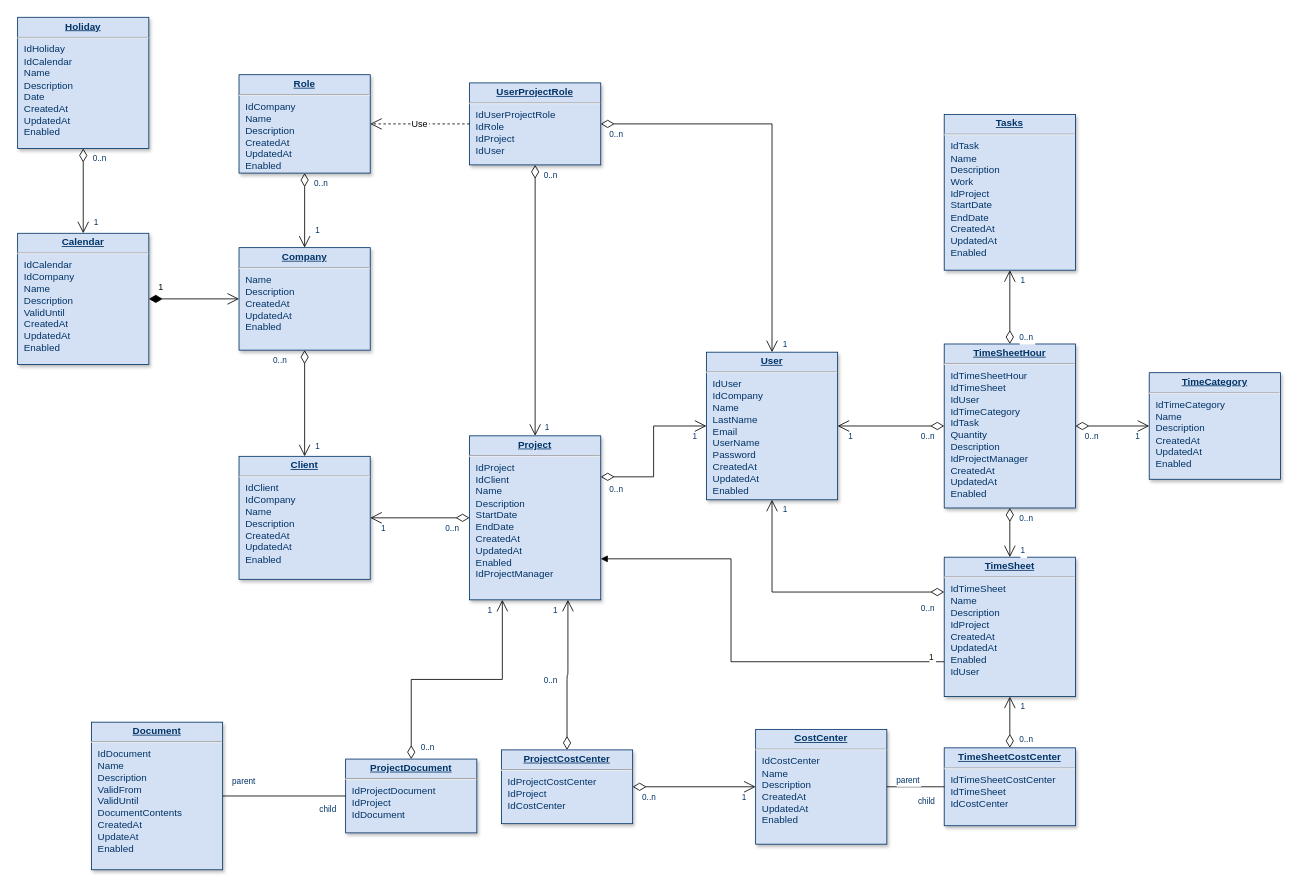
dominguesVini/HubGest keeps this draw.io diagram as Diagrama sem nome.drawio. Above is the earlier version. Source tidied: cells renumbered, new cells numbered last; positions are measured from the earlier drawing's top-left corner, leaving out a move shared by most shapes. Both pictures are drawn from the tidied source at 82%, with x=0, y=0 at pixel (17, 17).
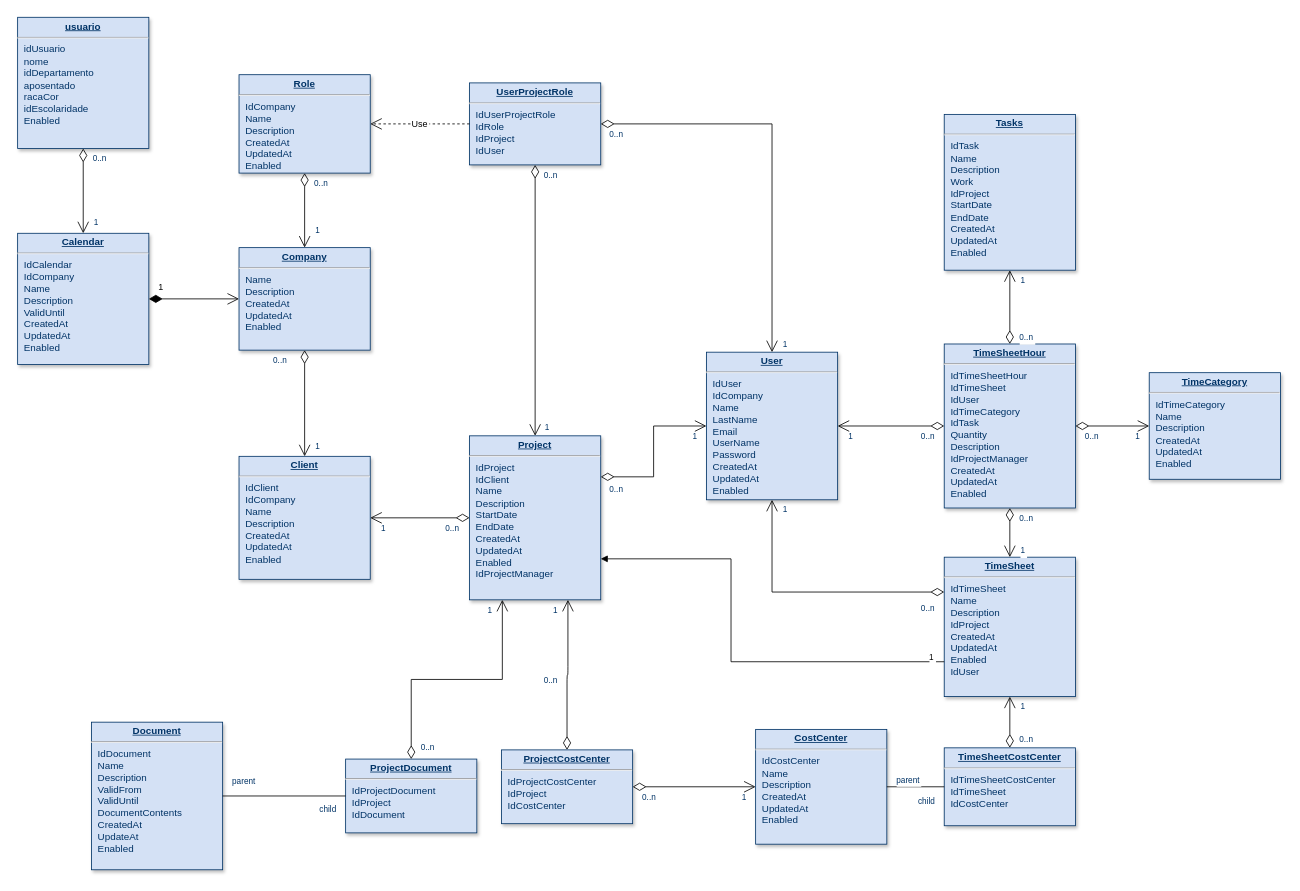
The same diagram, later.

What changed in the source:
```diff
@@
-    <mxCell id="8" value="&lt;p style=&quot;margin: 0px; margin-top: 4px; text-align: center; text-decoration: underline;&quot;&gt;&lt;strong&gt;Holiday&lt;/strong&gt;&lt;/p&gt;&lt;hr /&gt;&lt;p style=&quot;margin: 0px; margin-left: 8px;&quot;&gt;IdHoliday&lt;/p&gt;&lt;p style=&quot;margin: 0px; margin-left: 8px;&quot;&gt;IdCalendar&lt;/p&gt;&lt;p style=&quot;margin: 0px; margin-left: 8px;&quot;&gt;Name&lt;/p&gt;&lt;p style=&quot;margin: 0px; margin-left: 8px;&quot;&gt;Description&lt;/p&gt;&lt;p style=&quot;margin: 0px; margin-left: 8px;&quot;&gt;Date&lt;/p&gt;&lt;p style=&quot;margin: 0px; margin-left: 8px;&quot;&gt;CreatedAt&lt;/p&gt;&lt;p style=&quot;margin: 0px; margin-left: 8px;&quot;&gt;UpdatedAt&lt;/p&gt;&lt;p style=&quot;margin: 0px; margin-left: 8px;&quot;&gt;Enabled&lt;/p&gt;" style="verticalAlign=top;align=left;overflow=fill;fontSize=12;fontFamily=Helvetica;html=1;strokeColor=#003366;shadow=1;fillColor=#D4E1F5;fontColor=#003366;" parent="1" vertex="1">
+    <mxCell id="8" value="&lt;p style=&quot;margin: 0px; margin-top: 4px; text-align: center; text-decoration: underline;&quot;&gt;&lt;strong&gt;usuario&lt;/strong&gt;&lt;/p&gt;&lt;hr&gt;&lt;p style=&quot;margin: 0px; margin-left: 8px;&quot;&gt;idUsuario&lt;/p&gt;&lt;p style=&quot;margin: 0px; margin-left: 8px;&quot;&gt;&lt;span style=&quot;background-color: initial;&quot;&gt;nome&lt;/span&gt;&lt;/p&gt;&lt;p style=&quot;margin: 0px; margin-left: 8px;&quot;&gt;idDepartamento&lt;/p&gt;&lt;p style=&quot;margin: 0px; margin-left: 8px;&quot;&gt;aposentado&lt;/p&gt;&lt;p style=&quot;margin: 0px; margin-left: 8px;&quot;&gt;racaCor&lt;/p&gt;&lt;p style=&quot;margin: 0px; margin-left: 8px;&quot;&gt;idEscolaridade&lt;/p&gt;&lt;p style=&quot;margin: 0px; margin-left: 8px;&quot;&gt;Enabled&lt;/p&gt;" style="verticalAlign=top;align=left;overflow=fill;fontSize=12;fontFamily=Helvetica;html=1;strokeColor=#003366;shadow=1;fillColor=#D4E1F5;fontColor=#003366;" parent="1" vertex="1">
       <mxGeometry y="-0.4" width="160" height="160" as="geometry" />
     </mxCell>
```
